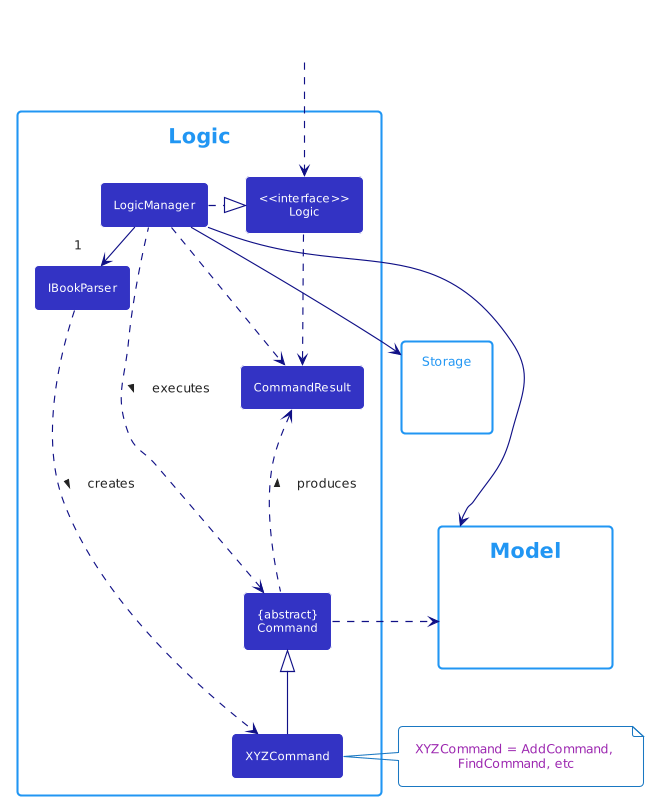
nus-cs2103-AY2122S2/tp keeps this PlantUML diagram as docs/images/LogicClassDiagram.png. Above is the earlier version. Source of this version:
```plantuml
@startuml
!theme materia-outline
!define UI_COLOR #1D8900
!define UI_COLOR_T1 #83E769
!define UI_COLOR_T2 #3FC71B
!define UI_COLOR_T3 #166800
!define UI_COLOR_T4 #0E4100

!define LOGIC_COLOR #3333C4
!define LOGIC_COLOR_T1 #C8C8FA
!define LOGIC_COLOR_T2 #6A6ADC
!define LOGIC_COLOR_T3 #1616B0
!define LOGIC_COLOR_T4 #101086

!define MODEL_COLOR #9D0012
!define MODEL_COLOR_T1 #F97181
!define MODEL_COLOR_T2 #E41F36
!define MODEL_COLOR_T3 #7B000E
!define MODEL_COLOR_T4 #51000A

!define STORAGE_COLOR #A38300
!define STORAGE_COLOR_T1 #FFE374
!define STORAGE_COLOR_T2 #EDC520
!define STORAGE_COLOR_T3 #806600
!define STORAGE_COLOR_T2 #544400

!define USER_COLOR #000000

skinparam BackgroundColor #FFFFFFF

skinparam Shadowing false

skinparam Class {
    FontColor #FFFFFF
    BorderThickness 1
    BorderColor #FFFFFF
    StereotypeFontColor #FFFFFF
    FontName Arial
}

skinparam Actor {
    BorderColor USER_COLOR
    Color USER_COLOR
    FontName Arial
}

skinparam Sequence {
    MessageAlign center
    BoxFontSize 15
    BoxPadding 0
    BoxFontColor #FFFFFF
    FontName Arial
}

skinparam Participant {
    FontColor #FFFFFFF
    Padding 20
}

skinparam MinClassWidth 50
skinparam ParticipantPadding 10
skinparam Shadowing false
skinparam DefaultTextAlignment center
skinparam packageStyle Rectangle

hide footbox
hide members
hide circle
skinparam arrowThickness 1.1
skinparam arrowColor LOGIC_COLOR_T4
skinparam classBackgroundColor LOGIC_COLOR

package Logic {

Class IBookParser
Class XYZCommand
Class CommandResult
Class "{abstract}\nCommand" as Command


Class "<<interface>>\nLogic" as Logic
Class LogicManager
}

package Model{
Class HiddenModel #FFFFFF
}

package Storage{
}

Class HiddenOutside #FFFFFF
HiddenOutside ..> Logic

LogicManager .right.|> Logic
LogicManager -right->"1" IBookParser
IBookParser ..> XYZCommand : creates >

XYZCommand -up-|> Command
LogicManager .left.> Command : executes >

LogicManager --> Model
LogicManager --> Storage
Storage --[hidden] Model
Command .[hidden]up.> Storage
Command .right.> Model
note right of XYZCommand: XYZCommand = AddCommand, \nFindCommand, etc

Logic ..> CommandResult
LogicManager .down.> CommandResult
Command .up.> CommandResult : produces >
@enduml
```
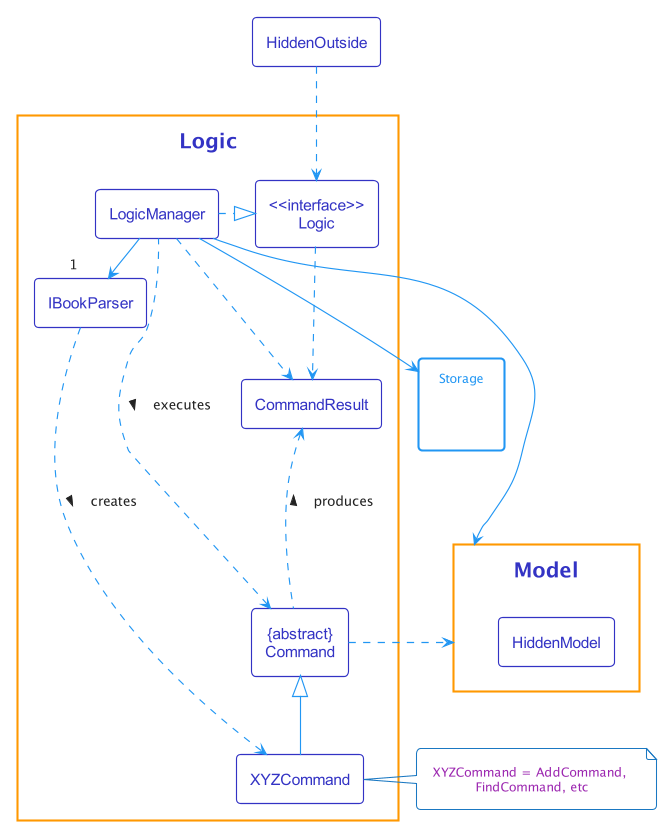
The same diagram one commit later.

The edit, as a diff of the source:
```diff
@@ -1,74 +1,17 @@
 @startuml
-!theme materia-outline
-!define UI_COLOR #1D8900
-!define UI_COLOR_T1 #83E769
-!define UI_COLOR_T2 #3FC71B
-!define UI_COLOR_T3 #166800
-!define UI_COLOR_T4 #0E4100
+!include style.puml
 
-!define LOGIC_COLOR #3333C4
-!define LOGIC_COLOR_T1 #C8C8FA
-!define LOGIC_COLOR_T2 #6A6ADC
-!define LOGIC_COLOR_T3 #1616B0
-!define LOGIC_COLOR_T4 #101086
+!$theme_color = LOGIC_COLOR
 
-!define MODEL_COLOR #9D0012
-!define MODEL_COLOR_T1 #F97181
-!define MODEL_COLOR_T2 #E41F36
-!define MODEL_COLOR_T3 #7B000E
-!define MODEL_COLOR_T4 #51000A
-
-!define STORAGE_COLOR #A38300
-!define STORAGE_COLOR_T1 #FFE374
-!define STORAGE_COLOR_T2 #EDC520
-!define STORAGE_COLOR_T3 #806600
-!define STORAGE_COLOR_T2 #544400
-
-!define USER_COLOR #000000
-
-skinparam BackgroundColor #FFFFFFF
-
-skinparam Shadowing false
-
+skinparam TitleFontColor $theme_color
 skinparam Class {
-    FontColor #FFFFFF
-    BorderThickness 1
-    BorderColor #FFFFFF
-    StereotypeFontColor #FFFFFF
-    FontName Arial
+    FontColor $theme_color
+    StereotypeFontColor $theme_color
+    BorderColor $theme_color
+    FontColor<<Hidden>> #FFFFFF
+    StereotypeFontColor<<Hidden>> #FFFFFF
+    BorderColor<<Hidden>> #FFFFFF
 }
-
-skinparam Actor {
-    BorderColor USER_COLOR
-    Color USER_COLOR
-    FontName Arial
-}
-
-skinparam Sequence {
-    MessageAlign center
-    BoxFontSize 15
-    BoxPadding 0
-    BoxFontColor #FFFFFF
-    FontName Arial
-}
-
-skinparam Participant {
-    FontColor #FFFFFFF
-    Padding 20
-}
-
-skinparam MinClassWidth 50
-skinparam ParticipantPadding 10
-skinparam Shadowing false
-skinparam DefaultTextAlignment center
-skinparam packageStyle Rectangle
-
-hide footbox
-hide members
-hide circle
-skinparam arrowThickness 1.1
-skinparam arrowColor LOGIC_COLOR_T4
-skinparam classBackgroundColor LOGIC_COLOR
 
 package Logic {
 
```
